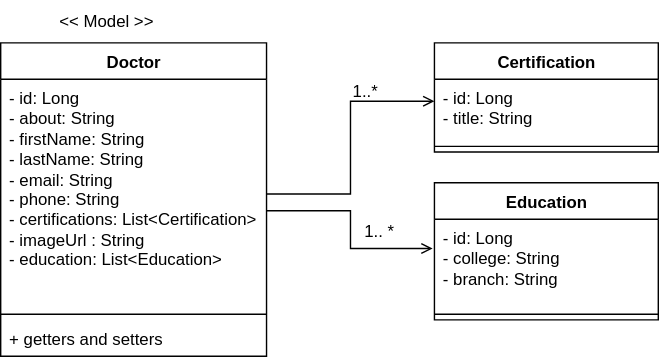
ashutoshtiwari0928/clinicbookApplication keeps this draw.io diagram as UML.svg. Above is the earlier version. Source tidied: cells renumbered, new cells last; positions are measured from the earlier drawing's top-left corner, leaving out a move shared by most shapes.
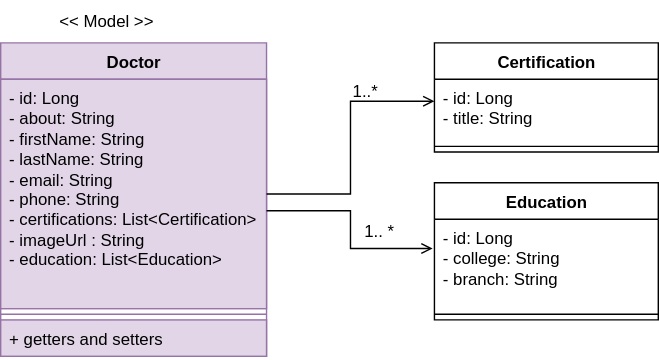
The same diagram one commit later.

Change to the diagram source:
```diff
@@ -2,16 +2,16 @@
   <root>
     <mxCell id="0" />
     <mxCell id="1" parent="0" />
-    <mxCell id="2" value="Doctor" style="swimlane;fontStyle=1;align=center;verticalAlign=top;horizontal=1;startSize=26;whiteSpace=wrap;html=1;" parent="1" vertex="1">
+    <mxCell id="2" value="Doctor" style="swimlane;fontStyle=1;align=center;verticalAlign=top;horizontal=1;startSize=26;whiteSpace=wrap;html=1;fillColor=#e1d5e7;strokeColor=#9673a6;" parent="1" vertex="1">
       <mxGeometry y="30" width="190" height="224" as="geometry" />
     </mxCell>
-    <mxCell id="3" value="- id: Long&lt;div&gt;- about: String&lt;/div&gt;&lt;div&gt;- firstName: String&lt;/div&gt;&lt;div&gt;- lastName: String&lt;/div&gt;&lt;div&gt;- email: String&lt;/div&gt;&lt;div&gt;- phone: String&lt;/div&gt;&lt;div&gt;- certifications: List&amp;lt;Certification&amp;gt;&lt;/div&gt;&lt;div&gt;- imageUrl : String&lt;/div&gt;&lt;div&gt;- education: List&amp;lt;Education&amp;gt;&lt;/div&gt;" style="text;strokeColor=none;fillColor=none;align=left;verticalAlign=top;spacingLeft=4;spacingRight=4;overflow=hidden;points=[[0,0.5],[1,0.5]];portConstraint=eastwest;whiteSpace=wrap;html=1;" parent="2" vertex="1">
+    <mxCell id="3" value="- id: Long&lt;div&gt;- about: String&lt;/div&gt;&lt;div&gt;- firstName: String&lt;/div&gt;&lt;div&gt;- lastName: String&lt;/div&gt;&lt;div&gt;- email: String&lt;/div&gt;&lt;div&gt;- phone: String&lt;/div&gt;&lt;div&gt;- certifications: List&amp;lt;Certification&amp;gt;&lt;/div&gt;&lt;div&gt;- imageUrl : String&lt;/div&gt;&lt;div&gt;- education: List&amp;lt;Education&amp;gt;&lt;/div&gt;" style="text;strokeColor=#9673a6;fillColor=#e1d5e7;align=left;verticalAlign=top;spacingLeft=4;spacingRight=4;overflow=hidden;points=[[0,0.5],[1,0.5]];portConstraint=eastwest;whiteSpace=wrap;html=1;" parent="2" vertex="1">
       <mxGeometry y="26" width="190" height="164" as="geometry" />
     </mxCell>
-    <mxCell id="4" style="line;strokeWidth=1;fillColor=none;align=left;verticalAlign=middle;spacingTop=-1;spacingLeft=3;spacingRight=3;labelPosition=right;strokeColor=inherit;" parent="2" vertex="1">
+    <mxCell id="4" style="line;strokeWidth=1;fillColor=#e1d5e7;align=left;verticalAlign=middle;spacingTop=-1;spacingLeft=3;spacingRight=3;labelPosition=right;strokeColor=#9673a6;" parent="2" vertex="1">
       <mxGeometry y="190" width="190" height="8" as="geometry" />
     </mxCell>
-    <mxCell id="5" value="+ getters and setters" style="text;strokeColor=none;fillColor=none;align=left;verticalAlign=top;spacingLeft=4;spacingRight=4;overflow=hidden;whiteSpace=wrap;html=1;" parent="2" vertex="1">
+    <mxCell id="5" value="+ getters and setters" style="text;strokeColor=#9673a6;fillColor=#e1d5e7;align=left;verticalAlign=top;spacingLeft=4;spacingRight=4;overflow=hidden;whiteSpace=wrap;html=1;" parent="2" vertex="1">
       <mxGeometry y="198" width="190" height="26" as="geometry" />
     </mxCell>
     <mxCell id="6" value="&amp;lt;&amp;lt; Model &amp;gt;&amp;gt;" style="text;html=1;align=center;verticalAlign=middle;strokeColor=none;fillColor=none;" parent="1" vertex="1">
```
